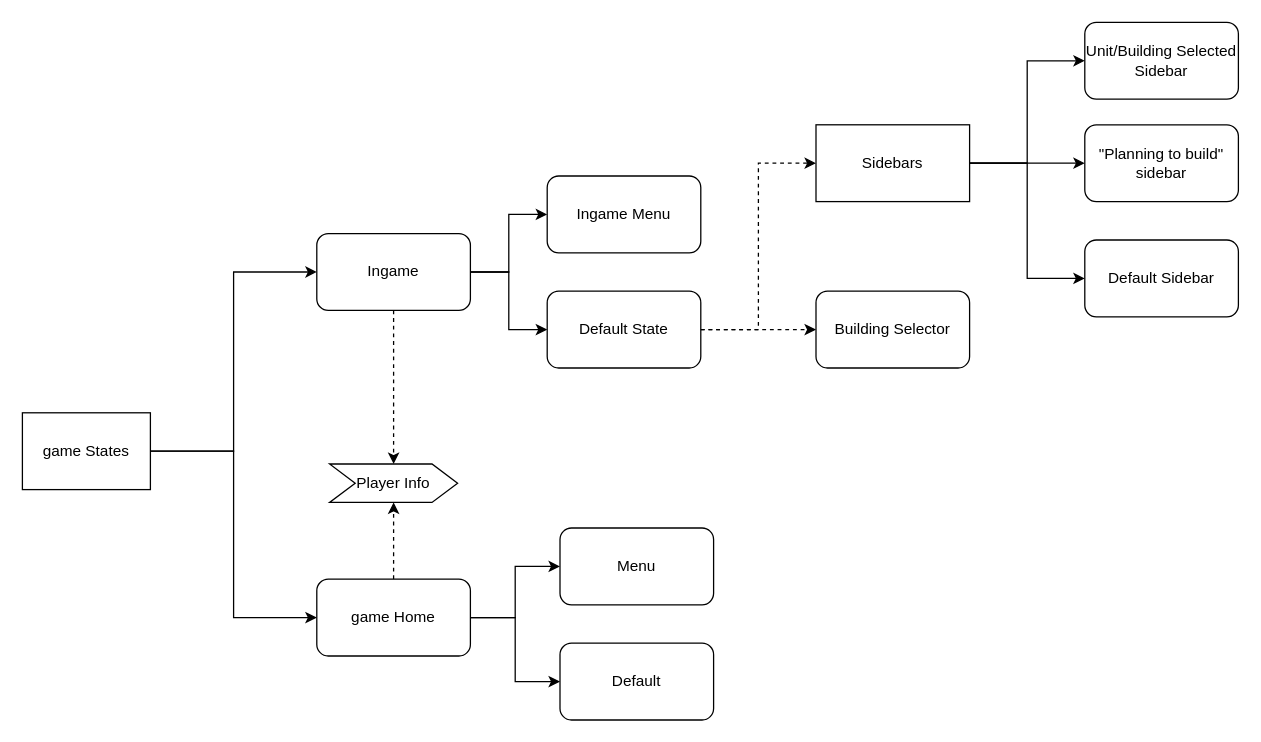
This is page "Game Structure" (3 of 4) of plan.drawio from Trentiumz/rts001, a draw.io file, before an edit. Source tidied: cells renumbered, new cells numbered last; positions are measured from the earlier drawing's top-left corner, leaving out a move shared by most shapes. Both pictures are drawn from the tidied source at 128%, with x=0, y=0 at pixel (22, 22).
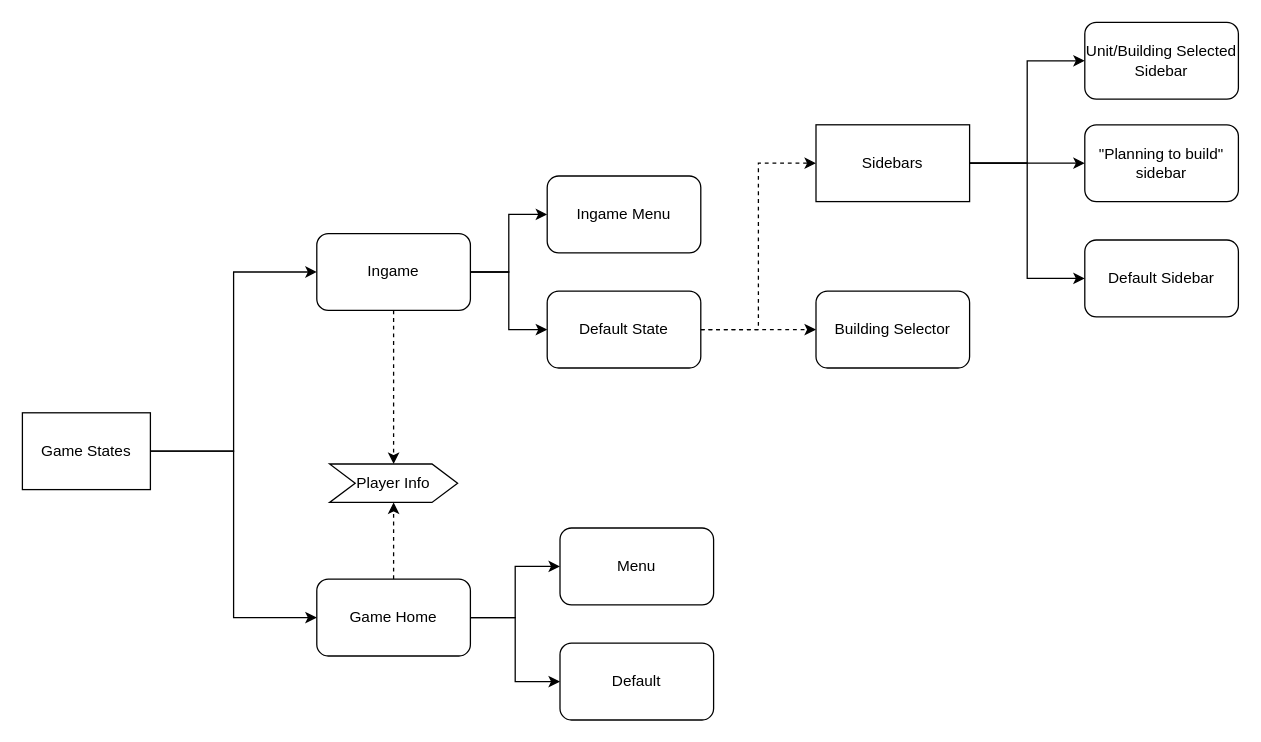
After the change.

Change to the diagram source:
```diff
@@
-    <mxCell id="4" value="game States" style="rounded=0;whiteSpace=wrap;html=1;" parent="1" vertex="1">
+    <mxCell id="4" value="Game States" style="rounded=0;whiteSpace=wrap;html=1;" parent="1" vertex="1">
       <mxGeometry y="305" width="100" height="60" as="geometry" />
     </mxCell>
@@
-    <mxCell id="12" value="game Home" style="rounded=1;whiteSpace=wrap;html=1;" parent="1" vertex="1">
+    <mxCell id="12" value="Game Home" style="rounded=1;whiteSpace=wrap;html=1;" parent="1" vertex="1">
       <mxGeometry x="230" y="435" width="120" height="60" as="geometry" />
     </mxCell>
```
